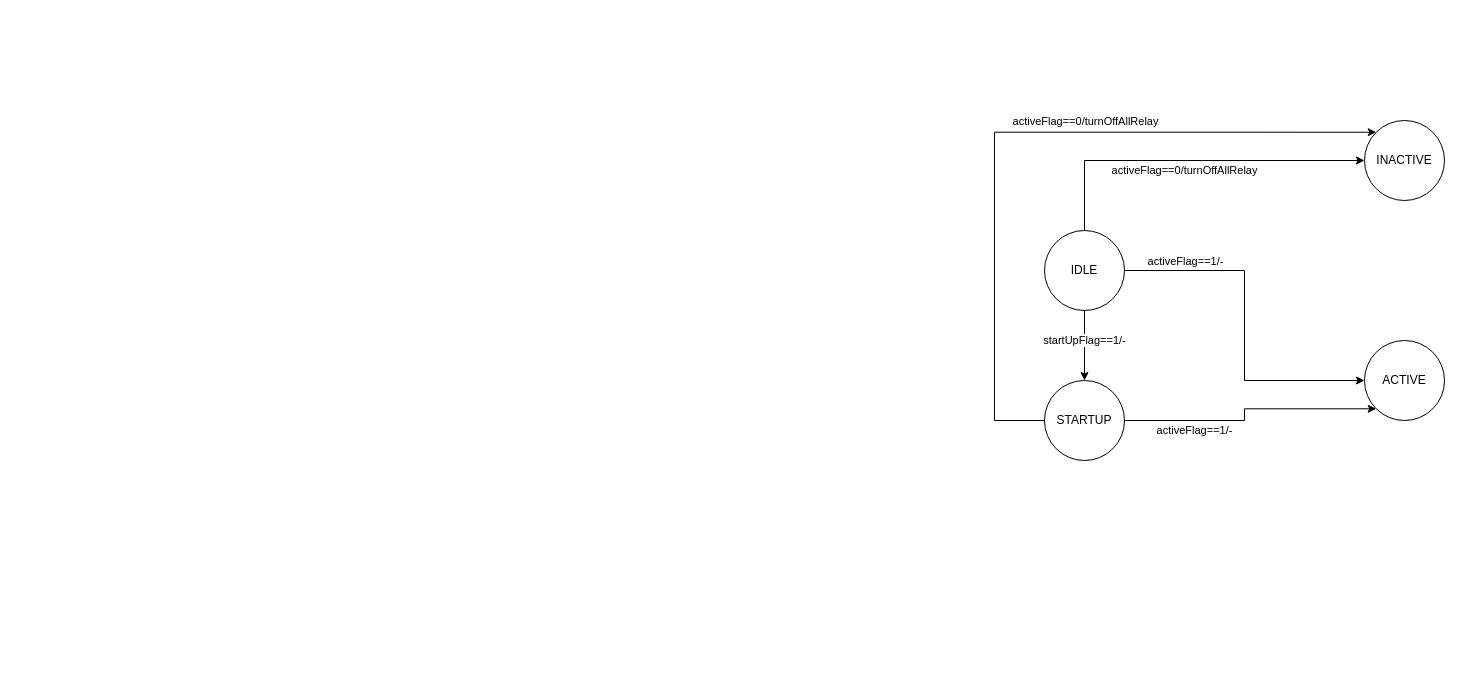
This is StateMachine.drawio from pepo4343/fit_controller, a draw.io file, before an edit. Source tidied: cells renumbered, new cells numbered last; positions are measured from the earlier drawing's top-left corner, leaving out a move shared by most shapes. Both pictures are drawn from the tidied source at 100%, with x=0, y=0 at pixel (994, 120).
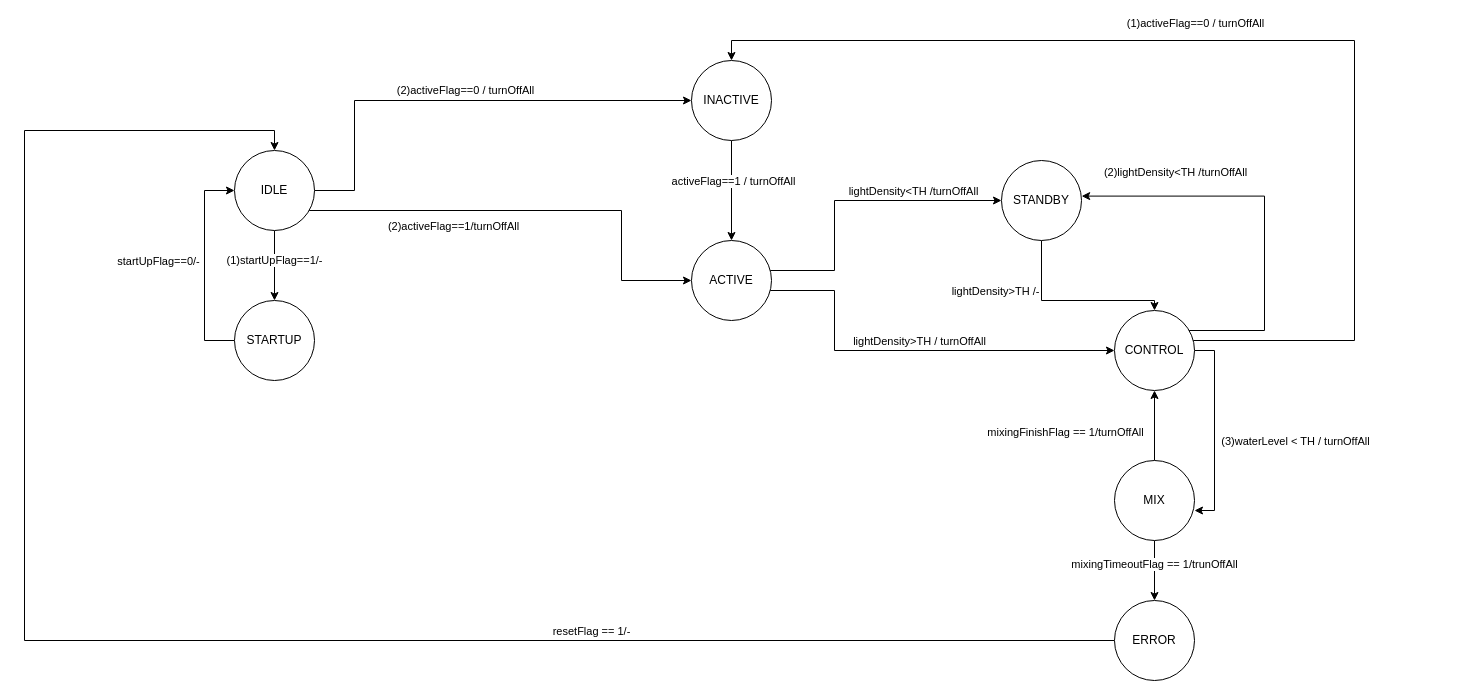
Above is the later version.

Change to the diagram source:
```diff
@@
-    <mxCell id="2" value="startUpFlag==1/-" style="edgeStyle=orthogonalEdgeStyle;rounded=0;jettySize=auto;html=1;entryX=0.5;entryY=0;entryDx=0;entryDy=0;fontColor=#000000;" parent="1" edge="1" source="6" target="11">
+    <mxCell id="2" value="(1)startUpFlag==1/-" style="edgeStyle=orthogonalEdgeStyle;rounded=0;jettySize=auto;html=1;entryX=0.5;entryY=0;entryDx=0;entryDy=0;fontColor=#000000;" parent="1" edge="1" source="6" target="11">
       <mxGeometry x="-0.14" relative="1" as="geometry" />
     </mxCell>
+    <mxCell id="5" value="(2)activeFlag==0 / turnOffAll" style="edgeStyle=orthogonalEdgeStyle;rounded=0;jettySize=auto;html=1;entryX=0;entryY=0.5;entryDx=0;entryDy=0;fontColor=#000000;" parent="1" edge="1" source="6" target="13">
+      <mxGeometry x="0.03" y="10" relative="1" as="geometry">
+        <Array as="points">
+          <mxPoint x="-640" y="70" />
+          <mxPoint x="-640" y="-20" />
+        </Array>
+      </mxGeometry>
+    </mxCell>
-    <mxCell id="3" style="edgeStyle=orthogonalEdgeStyle;rounded=0;jettySize=auto;html=1;entryX=0;entryY=0.5;entryDx=0;entryDy=0;fontColor=#000000;" parent="1" edge="1" source="6" target="12">
-      <mxGeometry relative="1" as="geometry" />
+    <mxCell id="3" style="edgeStyle=orthogonalEdgeStyle;rounded=0;jettySize=auto;html=1;fontColor=#000000;" parent="1" edge="1" source="6" target="12">
+      <mxGeometry relative="1" as="geometry">
+        <Array as="points">
+          <mxPoint x="-373" y="90" />
+          <mxPoint x="-373" y="160" />
+        </Array>
+      </mxGeometry>
     </mxCell>
-    <mxCell id="4" value="activeFlag==1/-" style="edgeLabel;html=1;align=center;verticalAlign=middle;fontColor=#000000;" parent="3" vertex="1">
-      <mxGeometry x="0.21" y="1" relative="1" as="geometry">
-        <mxPoint x="-61" y="-101.7" as="offset" />
-      </mxGeometry>
-    </mxCell>
-    <mxCell id="5" value="activeFlag==0/turnOffAllRelay" style="edgeStyle=orthogonalEdgeStyle;rounded=0;jettySize=auto;html=1;entryX=0;entryY=0.5;entryDx=0;entryDy=0;fontColor=#000000;" parent="1" edge="1" source="6" target="13">
-      <mxGeometry x="-0.03" y="-10" relative="1" as="geometry">
-        <Array as="points">
-          <mxPoint x="90" y="40" />
-        </Array>
-      </mxGeometry>
-    </mxCell>
+    <mxCell id="14" value="(2)activeFlag==1/turnOffAll" style="edgeLabel;html=1;align=center;verticalAlign=middle;fontColor=#000000;" parent="3" vertex="1">
+      <mxGeometry x="-0.24" y="-26" relative="1" as="geometry">
+        <mxPoint x="-27.9" y="-10.3" as="offset" />
+      </mxGeometry>
+    </mxCell>
     <mxCell id="6" value="IDLE" style="ellipse;whiteSpace=wrap;html=1;fontColor=#000000;" parent="1" vertex="1">
-      <mxGeometry x="50" y="110" width="80" height="80" as="geometry" />
+      <mxGeometry x="-760" y="30" width="80" height="80" as="geometry" />
     </mxCell>
-    <mxCell id="7" style="edgeStyle=orthogonalEdgeStyle;rounded=0;jettySize=auto;html=1;entryX=0;entryY=1;entryDx=0;entryDy=0;fontColor=#000000;" parent="1" edge="1" source="11" target="12">
-      <mxGeometry relative="1" as="geometry" />
-    </mxCell>
-    <mxCell id="8" value="activeFlag==1/-" style="edgeLabel;html=1;align=center;verticalAlign=middle;fontColor=#000000;" parent="7" vertex="1">
-      <mxGeometry x="0.04" y="1" relative="1" as="geometry">
-        <mxPoint x="-55.5" y="22.7" as="offset" />
-      </mxGeometry>
-    </mxCell>
-    <mxCell id="9" style="edgeStyle=orthogonalEdgeStyle;rounded=0;jettySize=auto;html=1;entryX=0;entryY=0;entryDx=0;entryDy=0;fontColor=#000000;" parent="1" edge="1" source="11" target="13">
-      <mxGeometry relative="1" as="geometry">
-        <Array as="points">
-          <mxPoint y="300" />
-          <mxPoint y="12" />
-        </Array>
-      </mxGeometry>
-    </mxCell>
-    <mxCell id="10" value="activeFlag==0/turnOffAllRelay" style="edgeLabel;html=1;align=center;verticalAlign=middle;fontColor=#000000;" parent="9" vertex="1">
-      <mxGeometry x="0.2" y="-3" relative="1" as="geometry">
-        <mxPoint x="-3.5" y="-14.7" as="offset" />
-      </mxGeometry>
-    </mxCell>
+    <mxCell id="15" style="edgeStyle=orthogonalEdgeStyle;rounded=0;jettySize=auto;html=1;entryX=0;entryY=0.5;entryDx=0;entryDy=0;fontColor=#000000;" parent="1" edge="1" source="11" target="6">
+      <mxGeometry relative="1" as="geometry">
+        <Array as="points">
+          <mxPoint x="-790" y="220" />
+          <mxPoint x="-790" y="70" />
+        </Array>
+      </mxGeometry>
+    </mxCell>
+    <mxCell id="16" value="startUpFlag==0/-" style="edgeLabel;html=1;align=center;verticalAlign=middle;fontColor=#000000;" parent="15" vertex="1">
+      <mxGeometry x="0.08" y="1" relative="1" as="geometry">
+        <mxPoint x="-46" y="3.3" as="offset" />
+      </mxGeometry>
+    </mxCell>
     <mxCell id="11" value="STARTUP" style="ellipse;whiteSpace=wrap;html=1;fontColor=#000000;" parent="1" vertex="1">
-      <mxGeometry x="50" y="260" width="80" height="80" as="geometry" />
+      <mxGeometry x="-760" y="180" width="80" height="80" as="geometry" />
     </mxCell>
+    <mxCell id="17" style="edgeStyle=orthogonalEdgeStyle;rounded=0;jettySize=auto;html=1;entryX=0.5;entryY=0;entryDx=0;entryDy=0;fontColor=#000000;" parent="1" edge="1" source="13" target="12">
+      <mxGeometry relative="1" as="geometry" />
+    </mxCell>
+    <mxCell id="18" style="edgeLabel;html=1;align=center;verticalAlign=middle;fontColor=#000000;" parent="17" vertex="1">
+      <mxGeometry x="-0.22" y="-2" relative="1" as="geometry" />
+    </mxCell>
+    <mxCell id="19" value="activeFlag==1 / turnOffAll" style="edgeLabel;html=1;align=center;verticalAlign=middle;fontColor=#000000;" parent="17" vertex="1">
+      <mxGeometry x="-0.2" y="1" relative="1" as="geometry" />
+    </mxCell>
+    <mxCell id="13" value="INACTIVE" style="ellipse;whiteSpace=wrap;html=1;fontColor=#000000;" parent="1" vertex="1">
+      <mxGeometry x="-303" y="-60" width="80" height="80" as="geometry" />
+    </mxCell>
+    <mxCell id="20" style="edgeStyle=orthogonalEdgeStyle;rounded=0;jettySize=auto;html=1;entryX=0.5;entryY=0;entryDx=0;entryDy=0;fontColor=#000000;" parent="1" edge="1" source="22" target="31">
+      <mxGeometry relative="1" as="geometry">
+        <Array as="points">
+          <mxPoint x="47" y="180" />
+          <mxPoint x="160" y="180" />
+        </Array>
+      </mxGeometry>
+    </mxCell>
+    <mxCell id="21" value="lightDensity&amp;gt;TH /-" style="edgeLabel;html=1;align=center;verticalAlign=middle;fontColor=#000000;" parent="20" vertex="1">
+      <mxGeometry x="-0.36" y="28" relative="1" as="geometry">
+        <mxPoint x="-75" y="-8.6" as="offset" />
+      </mxGeometry>
+    </mxCell>
+    <mxCell id="22" value="STANDBY" style="ellipse;whiteSpace=wrap;html=1;fontColor=#000000;" parent="1" vertex="1">
+      <mxGeometry x="7" y="40" width="80" height="80" as="geometry" />
+    </mxCell>
+    <mxCell id="23" style="edgeStyle=orthogonalEdgeStyle;rounded=0;jettySize=auto;html=1;entryX=1;entryY=0.625;entryDx=0;entryDy=0;entryPerimeter=0;fontColor=#000000;" parent="1" edge="1" source="31" target="36">
+      <mxGeometry relative="1" as="geometry">
+        <Array as="points">
+          <mxPoint x="220" y="230" />
+          <mxPoint x="220" y="390" />
+        </Array>
+      </mxGeometry>
+    </mxCell>
+    <mxCell id="24" value="(3)waterLevel &amp;lt; TH / turnOffAll" style="edgeLabel;html=1;align=center;verticalAlign=middle;fontColor=#000000;" parent="23" vertex="1">
+      <mxGeometry x="-0.08" y="-1" relative="1" as="geometry">
+        <mxPoint x="81" y="18.5" as="offset" />
+      </mxGeometry>
+    </mxCell>
+    <mxCell id="25" style="edgeStyle=orthogonalEdgeStyle;rounded=0;jettySize=auto;html=1;entryX=1.002;entryY=0.445;entryDx=0;entryDy=0;entryPerimeter=0;fontColor=#000000;" parent="1" edge="1" source="31" target="22">
+      <mxGeometry relative="1" as="geometry">
+        <Array as="points">
+          <mxPoint x="270" y="210" />
+          <mxPoint x="270" y="76" />
+        </Array>
+      </mxGeometry>
+    </mxCell>
+    <mxCell id="26" value="(2)lightDensity&amp;lt;TH /turnOffAll" style="edgeLabel;html=1;align=center;verticalAlign=middle;fontColor=#000000;" parent="25" vertex="1">
+      <mxGeometry x="-0.2" relative="1" as="geometry">
+        <mxPoint x="-90" y="-76.6" as="offset" />
+      </mxGeometry>
+    </mxCell>
+    <mxCell id="27" style="edgeStyle=orthogonalEdgeStyle;rounded=0;jettySize=auto;html=1;entryX=0.5;entryY=0;entryDx=0;entryDy=0;fontColor=#000000;" parent="1" edge="1" source="31" target="13">
+      <mxGeometry relative="1" as="geometry">
+        <Array as="points">
+          <mxPoint x="360" y="220" />
+          <mxPoint x="360" y="-80" />
+          <mxPoint x="-263" y="-80" />
+        </Array>
+      </mxGeometry>
+    </mxCell>
+    <mxCell id="28" style="edgeLabel;html=1;align=center;verticalAlign=middle;fontColor=#000000;" parent="27" vertex="1">
+      <mxGeometry x="-0.46" y="1" relative="1" as="geometry" />
+    </mxCell>
+    <mxCell id="29" style="edgeLabel;html=1;align=center;verticalAlign=middle;fontColor=#000000;" parent="27" vertex="1">
+      <mxGeometry x="-0.47" y="-2" relative="1" as="geometry" />
+    </mxCell>
+    <mxCell id="30" value="(1)activeFlag==0 / turnOffAll" style="edgeLabel;html=1;align=center;verticalAlign=middle;fontColor=#000000;" parent="27" vertex="1">
+      <mxGeometry x="-0.53" y="1" relative="1" as="geometry">
+        <mxPoint x="-159" y="-218.6" as="offset" />
+      </mxGeometry>
+    </mxCell>
+    <mxCell id="31" value="CONTROL" style="ellipse;whiteSpace=wrap;html=1;fontColor=#000000;" parent="1" vertex="1">
+      <mxGeometry x="120" y="190" width="80" height="80" as="geometry" />
+    </mxCell>
+    <mxCell id="32" style="edgeStyle=orthogonalEdgeStyle;rounded=0;jettySize=auto;html=1;entryX=0.5;entryY=1;entryDx=0;entryDy=0;fontColor=#000000;" parent="1" edge="1" source="36" target="31">
+      <mxGeometry relative="1" as="geometry" />
+    </mxCell>
+    <mxCell id="33" value="mixingFinishFlag == 1/turnOffAll" style="edgeLabel;html=1;align=center;verticalAlign=middle;fontColor=#000000;" parent="32" vertex="1">
+      <mxGeometry x="-0.18" y="-1" relative="1" as="geometry">
+        <mxPoint x="-91" as="offset" />
+      </mxGeometry>
+    </mxCell>
+    <mxCell id="34" style="edgeStyle=orthogonalEdgeStyle;rounded=0;jettySize=auto;html=1;entryX=0.5;entryY=0;entryDx=0;entryDy=0;fontColor=#000000;" parent="1" edge="1" source="36" target="39">
+      <mxGeometry relative="1" as="geometry" />
+    </mxCell>
+    <mxCell id="35" value="mixingTimeoutFlag == 1/trunOffAll" style="edgeLabel;html=1;align=center;verticalAlign=middle;fontColor=#000000;" parent="34" vertex="1">
+      <mxGeometry x="-0.22" y="-1" relative="1" as="geometry" />
+    </mxCell>
+    <mxCell id="36" value="MIX" style="ellipse;whiteSpace=wrap;html=1;fontColor=#000000;" parent="1" vertex="1">
+      <mxGeometry x="120" y="340" width="80" height="80" as="geometry" />
+    </mxCell>
+    <mxCell id="37" style="edgeStyle=orthogonalEdgeStyle;rounded=0;jettySize=auto;html=1;entryX=0.5;entryY=0;entryDx=0;entryDy=0;fontColor=#000000;" parent="1" edge="1" source="39" target="6">
+      <mxGeometry relative="1" as="geometry">
+        <Array as="points">
+          <mxPoint x="-970" y="520" />
+          <mxPoint x="-970" y="10" />
+          <mxPoint x="-720" y="10" />
+        </Array>
+      </mxGeometry>
+    </mxCell>
+    <mxCell id="38" value="resetFlag == 1/-" style="edgeLabel;html=1;align=center;verticalAlign=middle;fontColor=#000000;" parent="37" vertex="1">
+      <mxGeometry x="-0.44" relative="1" as="geometry">
+        <mxPoint y="-10" as="offset" />
+      </mxGeometry>
+    </mxCell>
+    <mxCell id="39" value="ERROR" style="ellipse;whiteSpace=wrap;html=1;fontColor=#000000;" parent="1" vertex="1">
+      <mxGeometry x="120" y="480" width="80" height="80" as="geometry" />
+    </mxCell>
+    <mxCell id="40" style="edgeStyle=orthogonalEdgeStyle;rounded=0;jettySize=auto;html=1;entryX=0;entryY=0.5;entryDx=0;entryDy=0;fontColor=#000000;" parent="1" edge="1" source="12" target="22">
+      <mxGeometry relative="1" as="geometry">
+        <Array as="points">
+          <mxPoint x="-160" y="150" />
+          <mxPoint x="-160" y="80" />
+        </Array>
+      </mxGeometry>
+    </mxCell>
+    <mxCell id="41" value="lightDensity&amp;lt;TH /turnOffAll" style="edgeLabel;html=1;align=center;verticalAlign=middle;fontColor=#000000;" parent="40" vertex="1">
+      <mxGeometry x="0.21" y="2" relative="1" as="geometry">
+        <mxPoint x="31" y="-8" as="offset" />
+      </mxGeometry>
+    </mxCell>
+    <mxCell id="42" style="edgeStyle=orthogonalEdgeStyle;rounded=0;jettySize=auto;html=1;entryX=0;entryY=0.5;entryDx=0;entryDy=0;fontColor=#000000;" parent="1" edge="1" source="12" target="31">
+      <mxGeometry relative="1" as="geometry">
+        <Array as="points">
+          <mxPoint x="-160" y="170" />
+          <mxPoint x="-160" y="230" />
+        </Array>
+      </mxGeometry>
+    </mxCell>
+    <mxCell id="43" value="lightDensity&amp;gt;TH&amp;nbsp;/ turnOffAll" style="edgeLabel;html=1;align=center;verticalAlign=middle;fontColor=#000000;" parent="42" vertex="1">
+      <mxGeometry x="0.28" relative="1" as="geometry">
+        <mxPoint x="-50.3" y="-10" as="offset" />
+      </mxGeometry>
+    </mxCell>
     <mxCell id="12" value="ACTIVE" style="ellipse;whiteSpace=wrap;html=1;fontColor=#000000;" parent="1" vertex="1">
-      <mxGeometry x="370" y="220" width="80" height="80" as="geometry" />
+      <mxGeometry x="-303" y="120" width="80" height="80" as="geometry" />
     </mxCell>
-    <mxCell id="13" value="INACTIVE" style="ellipse;whiteSpace=wrap;html=1;fontColor=#000000;" parent="1" vertex="1">
-      <mxGeometry x="370" width="80" height="80" as="geometry" />
-    </mxCell>
```
